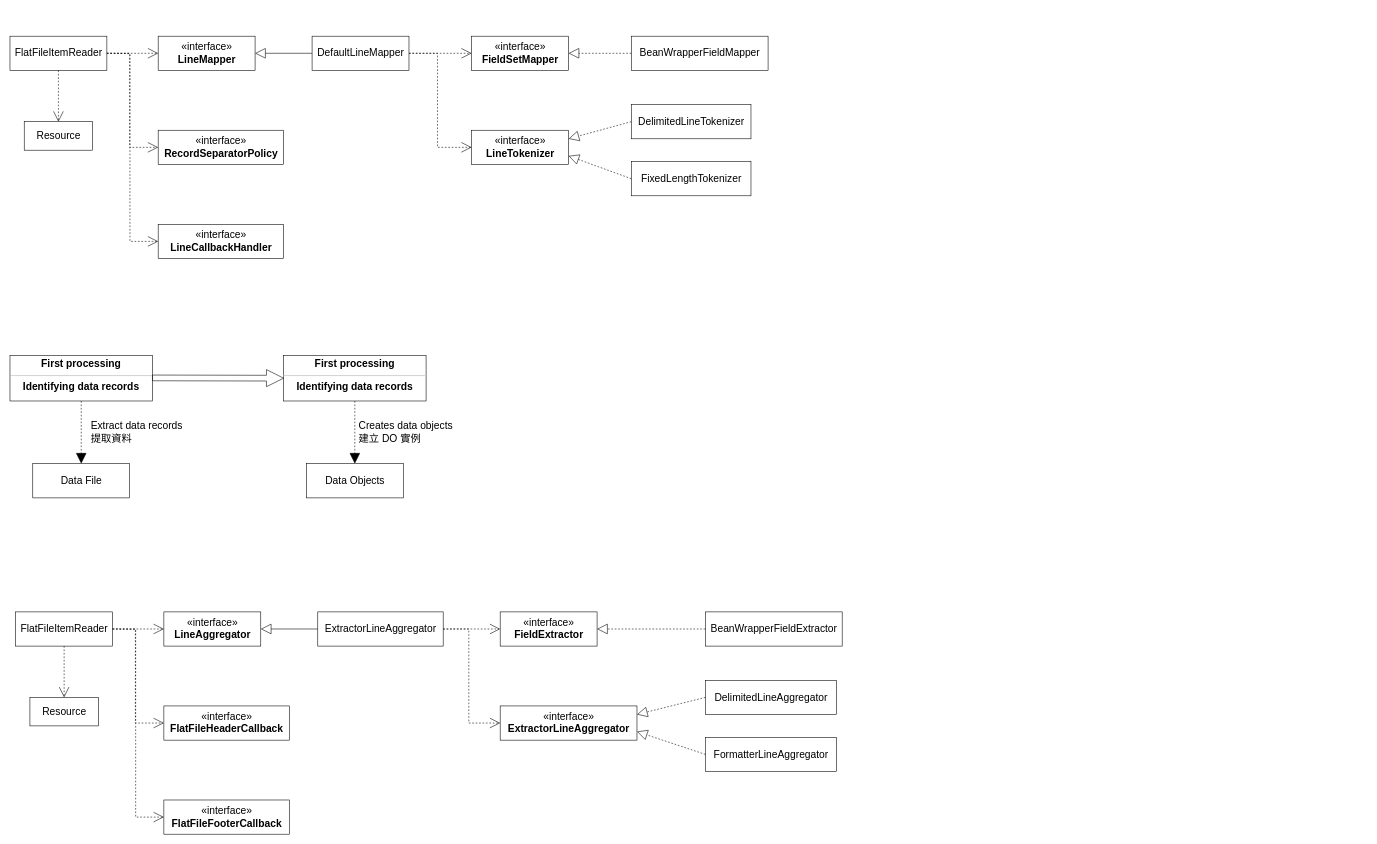
This is batch relationship.drawio from memorykghs/Spring-Batch-Notes, a draw.io file, before an edit. Source tidied: cells renumbered, new cells numbered last; positions are measured from the earlier drawing's top-left corner, leaving out a move shared by most shapes. Both pictures are drawn from the tidied source at 57%, with x=0, y=0 at pixel (10, 36).
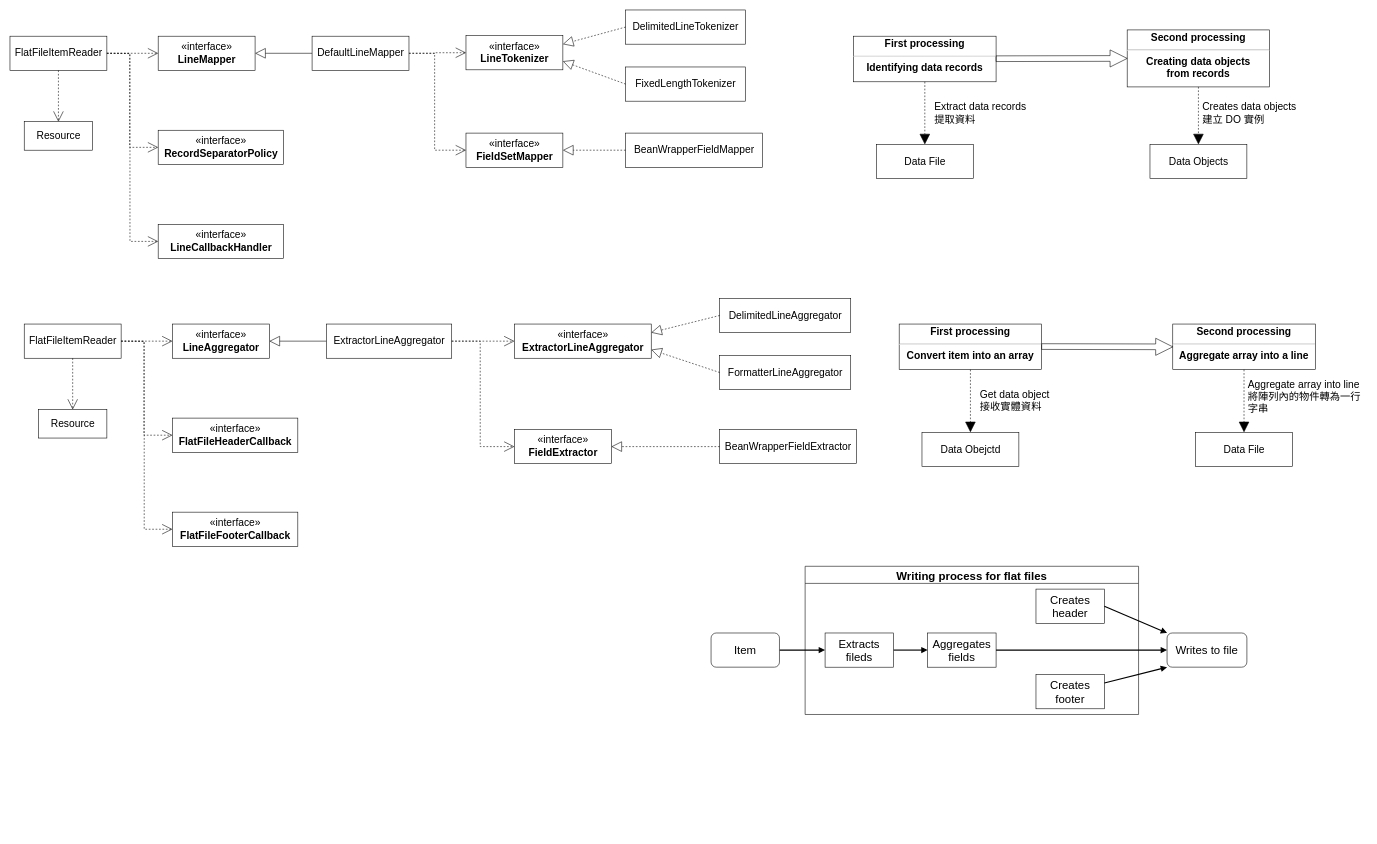
Above is the later version.

The edit, as a diff of the source:
```diff
@@
     <mxCell id="8" value="«interface»&lt;br style=&quot;font-size: 18px&quot;&gt;&lt;b&gt;FieldSetMapper&lt;/b&gt;" style="html=1;fontSize=18;" parent="1" vertex="1">
-      <mxGeometry x="810" width="170" height="60" as="geometry" />
+      <mxGeometry x="800" y="170" width="170" height="60" as="geometry" />
     </mxCell>
     <mxCell id="9" value="«interface»&lt;br style=&quot;font-size: 18px&quot;&gt;&lt;b&gt;LineTokenizer&lt;/b&gt;" style="html=1;fontSize=18;" parent="1" vertex="1">
-      <mxGeometry x="810" y="165" width="170" height="60" as="geometry" />
+      <mxGeometry x="800" y="-1" width="170" height="60" as="geometry" />
     </mxCell>
@@
     <mxCell id="14" value="&lt;p style=&quot;margin: 4px 0px 0px ; text-align: center ; font-size: 18px&quot;&gt;&lt;b&gt;First processing&lt;/b&gt;&lt;/p&gt;&lt;hr style=&quot;font-size: 18px&quot;&gt;&lt;div style=&quot;text-align: center ; height: 2px ; font-size: 18px&quot;&gt;&lt;b&gt;Identifying data records&lt;/b&gt;&lt;/div&gt;" style="verticalAlign=top;align=left;overflow=fill;fontSize=18;fontFamily=Helvetica;html=1;" parent="1" vertex="1">
-      <mxGeometry y="560" width="250" height="80" as="geometry" />
+      <mxGeometry x="1480" width="250" height="80" as="geometry" />
     </mxCell>
     <mxCell id="15" value="Data File" style="html=1;fontSize=18;" parent="1" vertex="1">
-      <mxGeometry x="40" y="750" width="170" height="60" as="geometry" />
+      <mxGeometry x="1520" y="190" width="170" height="60" as="geometry" />
     </mxCell>
@@
     <mxCell id="17" value="Extract data records&lt;br&gt;提取資料" style="text;html=1;strokeColor=none;fillColor=none;align=left;verticalAlign=middle;whiteSpace=wrap;rounded=0;fontSize=18;" parent="1" vertex="1">
-      <mxGeometry x="140" y="670" width="180" height="50" as="geometry" />
+      <mxGeometry x="1620" y="110" width="180" height="50" as="geometry" />
     </mxCell>
-    <mxCell id="18" value="&lt;p style=&quot;margin: 4px 0px 0px ; text-align: center ; font-size: 18px&quot;&gt;&lt;b&gt;First processing&lt;/b&gt;&lt;/p&gt;&lt;hr style=&quot;font-size: 18px&quot;&gt;&lt;div style=&quot;text-align: center ; height: 2px ; font-size: 18px&quot;&gt;&lt;b&gt;Identifying data records&lt;/b&gt;&lt;/div&gt;" style="verticalAlign=top;align=left;overflow=fill;fontSize=18;fontFamily=Helvetica;html=1;" parent="1" vertex="1">
-      <mxGeometry x="480" y="560" width="250" height="80" as="geometry" />
+    <mxCell id="18" value="&lt;p style=&quot;margin: 4px 0px 0px ; text-align: center ; font-size: 18px&quot;&gt;&lt;b&gt;Second processing&lt;/b&gt;&lt;/p&gt;&lt;hr style=&quot;font-size: 18px&quot;&gt;&lt;div style=&quot;text-align: center ; height: 2px ; font-size: 18px&quot;&gt;&lt;b&gt;Creating data objects&lt;br&gt;&lt;/b&gt;&lt;b&gt;from records&lt;/b&gt;&lt;/div&gt;" style="verticalAlign=top;align=left;overflow=fill;fontSize=18;fontFamily=Helvetica;html=1;" parent="1" vertex="1">
+      <mxGeometry x="1960" y="-11" width="250" height="100" as="geometry" />
     </mxCell>
     <mxCell id="19" style="endArrow=block;endFill=0;html=1;rounded=0;fontSize=18;shape=arrow;entryX=0;entryY=0.5;entryDx=0;entryDy=0;" parent="1" edge="1" target="18">
       <mxGeometry relative="1" as="geometry">
-        <mxPoint x="250" y="599.5" as="sourcePoint" />
+        <mxPoint x="1730" y="39.5" as="sourcePoint" />
       </mxGeometry>
     </mxCell>
     <mxCell id="20" value="Data Objects" style="html=1;fontSize=18;" parent="1" vertex="1">
-      <mxGeometry x="520" y="750" width="170" height="60" as="geometry" />
+      <mxGeometry x="2000" y="190" width="170" height="60" as="geometry" />
     </mxCell>
@@
     <mxCell id="22" value="Creates data objects&lt;br&gt;建立 DO 實例" style="text;html=1;strokeColor=none;fillColor=none;align=left;verticalAlign=middle;whiteSpace=wrap;rounded=0;fontSize=18;" parent="1" vertex="1">
-      <mxGeometry x="610" y="670" width="180" height="50" as="geometry" />
+      <mxGeometry x="2090" y="110" width="180" height="50" as="geometry" />
     </mxCell>
@@
     <mxCell id="26" value="BeanWrapperFieldMapper" style="html=1;fontSize=18;" parent="1" vertex="1">
-      <mxGeometry x="1090" width="240" height="60" as="geometry" />
+      <mxGeometry x="1080" y="170" width="240" height="60" as="geometry" />
     </mxCell>
@@
     <mxCell id="28" value="DelimitedLineTokenizer" style="html=1;fontSize=18;" parent="1" vertex="1">
-      <mxGeometry x="1090" y="120" width="210" height="60" as="geometry" />
+      <mxGeometry x="1080" y="-46" width="210" height="60" as="geometry" />
     </mxCell>
     <mxCell id="29" value="FixedLengthTokenizer" style="html=1;fontSize=18;" parent="1" vertex="1">
-      <mxGeometry x="1090" y="220" width="210" height="60" as="geometry" />
+      <mxGeometry x="1080" y="54" width="210" height="60" as="geometry" />
     </mxCell>
@@
     <mxCell id="32" value="«interface»&lt;br style=&quot;font-size: 18px&quot;&gt;&lt;b&gt;LineAggregator&lt;/b&gt;" style="html=1;fontSize=18;" parent="1" vertex="1">
-      <mxGeometry x="270" y="1010" width="170" height="60" as="geometry" />
+      <mxGeometry x="285" y="505" width="170" height="60" as="geometry" />
     </mxCell>
     <mxCell id="33" value="FlatFileItemReader" style="html=1;fontSize=18;" parent="1" vertex="1">
-      <mxGeometry x="10" y="1010" width="170" height="60" as="geometry" />
+      <mxGeometry x="25" y="505" width="170" height="60" as="geometry" />
     </mxCell>
     <mxCell id="34" value="ExtractorLineAggregator" style="html=1;fontSize=18;" parent="1" vertex="1">
-      <mxGeometry x="540" y="1010" width="220" height="60" as="geometry" />
+      <mxGeometry x="555" y="505" width="220" height="60" as="geometry" />
     </mxCell>
@@
     <mxCell id="36" value="«interface»&lt;br style=&quot;font-size: 18px&quot;&gt;&lt;b&gt;FlatFileHeaderCallback&lt;/b&gt;" style="html=1;fontSize=18;" parent="1" vertex="1">
-      <mxGeometry x="270" y="1175" width="220" height="60" as="geometry" />
+      <mxGeometry x="285" y="670" width="220" height="60" as="geometry" />
     </mxCell>
     <mxCell id="37" value="«interface»&lt;br style=&quot;font-size: 18px&quot;&gt;&lt;b&gt;FlatFileFooterCallback&lt;/b&gt;" style="html=1;fontSize=18;" parent="1" vertex="1">
-      <mxGeometry x="270" y="1340" width="220" height="60" as="geometry" />
+      <mxGeometry x="285" y="835" width="220" height="60" as="geometry" />
     </mxCell>
     <mxCell id="38" value="«interface»&lt;br style=&quot;font-size: 18px&quot;&gt;&lt;b&gt;FieldExtractor&lt;/b&gt;" style="html=1;fontSize=18;" parent="1" vertex="1">
-      <mxGeometry x="860" y="1010" width="170" height="60" as="geometry" />
+      <mxGeometry x="885" y="690" width="170" height="60" as="geometry" />
     </mxCell>
     <mxCell id="39" value="«interface»&lt;br style=&quot;font-size: 18px&quot;&gt;&lt;b&gt;ExtractorLineAggregator&lt;/b&gt;" style="html=1;fontSize=18;" parent="1" vertex="1">
-      <mxGeometry x="860" y="1175" width="240" height="60" as="geometry" />
+      <mxGeometry x="885" y="505" width="240" height="60" as="geometry" />
     </mxCell>
@@
     <mxCell id="41" style="edgeStyle=orthogonalEdgeStyle;rounded=0;jettySize=auto;html=1;fontSize=18;entryX=0;entryY=0.5;entryDx=0;entryDy=0;dashed=1;endArrow=open;endFill=0;strokeWidth=1;endSize=16;" parent="1" edge="1" target="37">
       <mxGeometry relative="1" as="geometry">
-        <mxPoint x="180" y="1040" as="sourcePoint" />
+        <mxPoint x="195" y="535" as="sourcePoint" />
       </mxGeometry>
     </mxCell>
@@
     <mxCell id="44" value="Resource" style="html=1;fontSize=18;" parent="1" vertex="1">
-      <mxGeometry x="35" y="1160" width="120" height="50" as="geometry" />
+      <mxGeometry x="50" y="655" width="120" height="50" as="geometry" />
     </mxCell>
     <mxCell id="45" style="edgeStyle=orthogonalEdgeStyle;rounded=0;jettySize=auto;html=1;fontSize=18;dashed=1;endArrow=open;endFill=0;strokeWidth=1;endSize=16;exitX=1;exitY=0.5;exitDx=0;exitDy=0;" parent="1" edge="1" source="33">
       <mxGeometry relative="1" as="geometry">
-        <mxPoint x="270" y="1040" as="targetPoint" />
+        <mxPoint x="285" y="535" as="targetPoint" />
       </mxGeometry>
     </mxCell>
@@
     <mxCell id="47" value="BeanWrapperFieldExtractor" style="html=1;fontSize=18;" parent="1" vertex="1">
-      <mxGeometry x="1220" y="1010" width="240" height="60" as="geometry" />
+      <mxGeometry x="1245" y="690" width="240" height="60" as="geometry" />
     </mxCell>
@@
     <mxCell id="49" value="DelimitedLineAggregator" style="html=1;fontSize=18;" parent="1" vertex="1">
-      <mxGeometry x="1220" y="1130" width="230" height="60" as="geometry" />
+      <mxGeometry x="1245" y="460" width="230" height="60" as="geometry" />
     </mxCell>
     <mxCell id="50" value="FormatterLineAggregator" style="html=1;fontSize=18;" parent="1" vertex="1">
-      <mxGeometry x="1220" y="1230" width="230" height="60" as="geometry" />
+      <mxGeometry x="1245" y="560" width="230" height="60" as="geometry" />
     </mxCell>
@@
+    <mxCell id="53" value="&lt;p style=&quot;margin: 4px 0px 0px ; text-align: center ; font-size: 18px&quot;&gt;&lt;b&gt;First processing&lt;/b&gt;&lt;/p&gt;&lt;hr style=&quot;font-size: 18px&quot;&gt;&lt;div style=&quot;text-align: center ; height: 2px&quot;&gt;&lt;b&gt;Convert item into an array&lt;/b&gt;&lt;br&gt;&lt;/div&gt;" style="verticalAlign=top;align=left;overflow=fill;fontSize=18;fontFamily=Helvetica;html=1;" parent="1" vertex="1">
+      <mxGeometry x="1560" y="505" width="250" height="80" as="geometry" />
+    </mxCell>
+    <mxCell id="54" value="Data Obejctd" style="html=1;fontSize=18;" parent="1" vertex="1">
+      <mxGeometry x="1600" y="695" width="170" height="60" as="geometry" />
+    </mxCell>
+    <mxCell id="55" style="rounded=0;jettySize=auto;html=1;fontSize=18;entryX=0.5;entryY=0;entryDx=0;entryDy=0;dashed=1;endArrow=block;endFill=1;strokeWidth=1;endSize=16;exitX=0.5;exitY=1;exitDx=0;exitDy=0;" parent="1" edge="1" source="53" target="54">
+      <mxGeometry relative="1" as="geometry" />
+    </mxCell>
+    <mxCell id="56" value="Get data object&lt;br&gt;接收實體資料" style="text;html=1;strokeColor=none;fillColor=none;align=left;verticalAlign=middle;whiteSpace=wrap;rounded=0;fontSize=18;" parent="1" vertex="1">
+      <mxGeometry x="1700" y="615" width="180" height="50" as="geometry" />
+    </mxCell>
+    <mxCell id="57" value="&lt;p style=&quot;margin: 4px 0px 0px ; text-align: center ; font-size: 18px&quot;&gt;&lt;b&gt;Second processing&lt;/b&gt;&lt;br&gt;&lt;/p&gt;&lt;hr style=&quot;font-size: 18px&quot;&gt;&lt;div style=&quot;text-align: center ; height: 2px&quot;&gt;&lt;b&gt;Aggregate array into a line&lt;/b&gt;&lt;br&gt;&lt;/div&gt;" style="verticalAlign=top;align=left;overflow=fill;fontSize=18;fontFamily=Helvetica;html=1;" parent="1" vertex="1">
+      <mxGeometry x="2040" y="505" width="250" height="80" as="geometry" />
+    </mxCell>
+    <mxCell id="58" style="endArrow=block;endFill=0;html=1;rounded=0;fontSize=18;shape=arrow;entryX=0;entryY=0.5;entryDx=0;entryDy=0;" parent="1" edge="1" target="57">
+      <mxGeometry relative="1" as="geometry">
+        <mxPoint x="1810" y="544.5" as="sourcePoint" />
+      </mxGeometry>
+    </mxCell>
+    <mxCell id="59" value="Data File" style="html=1;fontSize=18;" parent="1" vertex="1">
+      <mxGeometry x="2080" y="695" width="170" height="60" as="geometry" />
+    </mxCell>
+    <mxCell id="60" style="rounded=0;jettySize=auto;html=1;fontSize=18;dashed=1;endArrow=block;endFill=1;strokeWidth=1;endSize=16;exitX=0.5;exitY=1;exitDx=0;exitDy=0;" parent="1" edge="1" source="57" target="59">
+      <mxGeometry relative="1" as="geometry" />
+    </mxCell>
+    <mxCell id="61" value="Aggregate array into line&lt;br&gt;將陣列內的物件轉為一行字串" style="text;html=1;strokeColor=none;fillColor=none;align=left;verticalAlign=middle;whiteSpace=wrap;rounded=0;fontSize=18;" parent="1" vertex="1">
+      <mxGeometry x="2170" y="600" width="210" height="65" as="geometry" />
+    </mxCell>
+    <mxCell id="62" value="Writing process for flat files" style="swimlane;align=center;fontSize=20;startSize=30;" parent="1" vertex="1">
+      <mxGeometry x="1395" y="930" width="585" height="260" as="geometry" />
+    </mxCell>
+    <mxCell id="63" style="edgeStyle=orthogonalEdgeStyle;rounded=0;jettySize=auto;html=1;exitX=1;exitY=0.5;exitDx=0;exitDy=0;entryX=0;entryY=0.5;entryDx=0;entryDy=0;fontSize=20;endArrow=block;endFill=1;strokeWidth=2;" parent="62" edge="1" source="64" target="65">
+      <mxGeometry relative="1" as="geometry" />
+    </mxCell>
+    <mxCell id="64" value="Extracts&lt;br&gt;fileds" style="rounded=0;whiteSpace=wrap;html=1;fontSize=20;align=center;" parent="62" vertex="1">
+      <mxGeometry x="35" y="117" width="120" height="60" as="geometry" />
+    </mxCell>
+    <mxCell id="65" value="Aggregates fields" style="rounded=0;whiteSpace=wrap;html=1;fontSize=20;align=center;" parent="62" vertex="1">
+      <mxGeometry x="215" y="117" width="120" height="60" as="geometry" />
+    </mxCell>
+    <mxCell id="66" value="Creates header" style="rounded=0;whiteSpace=wrap;html=1;fontSize=20;align=center;" parent="62" vertex="1">
+      <mxGeometry x="405" y="40" width="120" height="60" as="geometry" />
+    </mxCell>
+    <mxCell id="67" value="Creates footer" style="rounded=0;whiteSpace=wrap;html=1;fontSize=20;align=center;" parent="62" vertex="1">
+      <mxGeometry x="405" y="190" width="120" height="60" as="geometry" />
+    </mxCell>
+    <mxCell id="68" style="edgeStyle=orthogonalEdgeStyle;rounded=0;jettySize=auto;html=1;entryX=0;entryY=0.5;entryDx=0;entryDy=0;fontSize=20;endArrow=block;endFill=1;strokeWidth=2;" parent="1" edge="1" source="69" target="64">
+      <mxGeometry relative="1" as="geometry" />
+    </mxCell>
+    <mxCell id="69" value="Item" style="rounded=1;whiteSpace=wrap;html=1;fontSize=20;align=center;" parent="1" vertex="1">
+      <mxGeometry x="1230" y="1047" width="120" height="60" as="geometry" />
+    </mxCell>
+    <mxCell id="70" value="Writes to file" style="rounded=1;whiteSpace=wrap;html=1;fontSize=20;align=center;" parent="1" vertex="1">
+      <mxGeometry x="2030" y="1047" width="140" height="60" as="geometry" />
+    </mxCell>
+    <mxCell id="71" style="edgeStyle=orthogonalEdgeStyle;rounded=0;jettySize=auto;html=1;exitX=1;exitY=0.5;exitDx=0;exitDy=0;entryX=0;entryY=0.5;entryDx=0;entryDy=0;fontSize=20;endArrow=block;endFill=1;strokeWidth=2;" parent="1" edge="1" source="65" target="70">
+      <mxGeometry relative="1" as="geometry" />
+    </mxCell>
+    <mxCell id="72" style="edgeStyle=none;rounded=0;jettySize=auto;html=1;exitX=1;exitY=0.5;exitDx=0;exitDy=0;fontSize=20;endArrow=block;endFill=1;strokeWidth=2;entryX=0;entryY=0;entryDx=0;entryDy=0;" parent="1" edge="1" source="66" target="70">
+      <mxGeometry relative="1" as="geometry" />
+    </mxCell>
+    <mxCell id="73" style="edgeStyle=none;rounded=0;jettySize=auto;html=1;entryX=0;entryY=1;entryDx=0;entryDy=0;fontSize=20;endArrow=block;endFill=1;strokeWidth=2;" parent="1" edge="1" source="67" target="70">
+      <mxGeometry relative="1" as="geometry" />
+    </mxCell>
```
